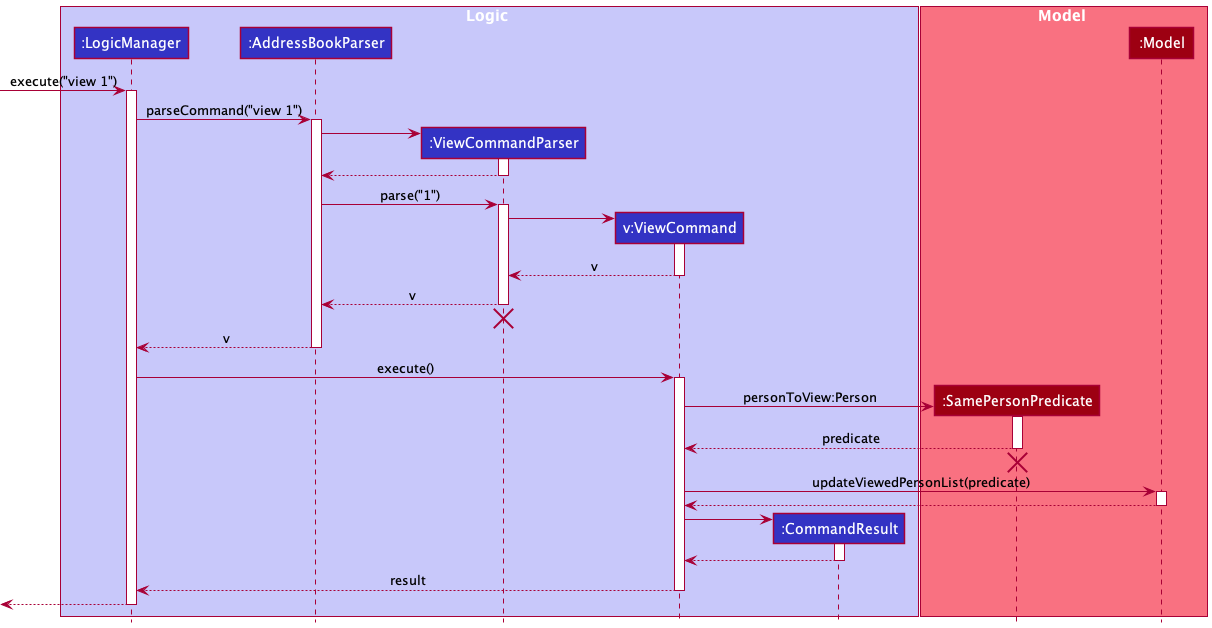
This is docs/images/ViewSequenceDiagram.png from vishandi/tp, a PlantUML export, as it was before one commit. Its diagram source:
```plantuml
@startuml
!include style.puml

box Logic LOGIC_COLOR_T1
participant ":LogicManager" as LogicManager LOGIC_COLOR
participant ":AddressBookParser" as AddressBookParser LOGIC_COLOR
participant ":ViewCommandParser" as ViewCommandParser LOGIC_COLOR
participant "v:ViewCommand" as ViewCommand LOGIC_COLOR
participant ":CommandResult" as CommandResult LOGIC_COLOR
end box

box Model MODEL_COLOR_T1
participant ":SamePersonPredicate" as SamePersonPredicate MODEL_COLOR
participant ":Model" as Model MODEL_COLOR
end box

[-> LogicManager : execute("view 1")
activate LogicManager

LogicManager -> AddressBookParser : parseCommand("view 1")
activate AddressBookParser

create ViewCommandParser
AddressBookParser -> ViewCommandParser
activate ViewCommandParser

ViewCommandParser --> AddressBookParser
deactivate ViewCommandParser

AddressBookParser -> ViewCommandParser : parse("1")
activate ViewCommandParser

create ViewCommand
ViewCommandParser -> ViewCommand
activate ViewCommand

ViewCommand --> ViewCommandParser : v
deactivate ViewCommand

ViewCommandParser --> AddressBookParser : v
deactivate ViewCommandParser
ViewCommandParser -[hidden]-> AddressBookParser
destroy ViewCommandParser

AddressBookParser --> LogicManager : v
deactivate AddressBookParser

LogicManager -> ViewCommand : execute()
activate ViewCommand

create SamePersonPredicate
ViewCommand -> SamePersonPredicate : personToView:Person
activate SamePersonPredicate

SamePersonPredicate --> ViewCommand : predicate
deactivate SamePersonPredicate
SamePersonPredicate -[hidden]-> ViewCommand
destroy SamePersonPredicate

ViewCommand -> Model : updateViewedPersonList(predicate)
activate Model

Model --> ViewCommand
deactivate Model

create CommandResult
ViewCommand -> CommandResult
activate CommandResult

CommandResult --> ViewCommand
deactivate CommandResult

ViewCommand --> LogicManager : result
deactivate ViewCommand

[<--LogicManager
deactivate LogicManager
@enduml
```
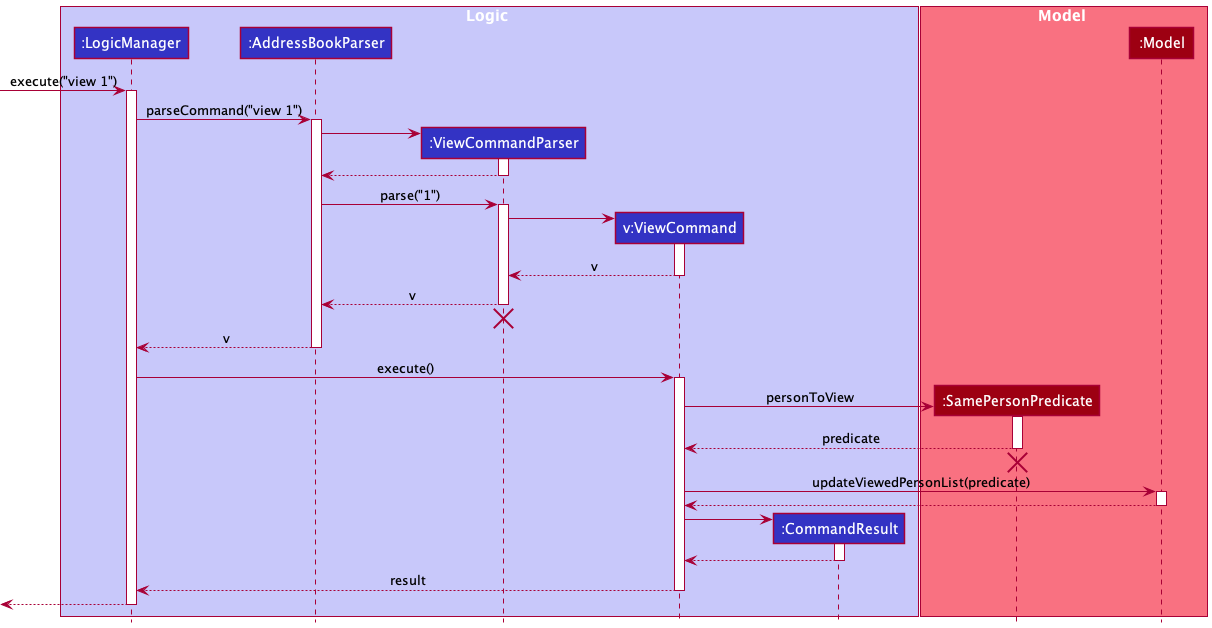
After the change.

Diff of the diagram source:
```diff
@@ -49,7 +49,7 @@
 activate ViewCommand
 
 create SamePersonPredicate
-ViewCommand -> SamePersonPredicate : personToView:Person
+ViewCommand -> SamePersonPredicate : personToView
 activate SamePersonPredicate
 
 SamePersonPredicate --> ViewCommand : predicate
```
